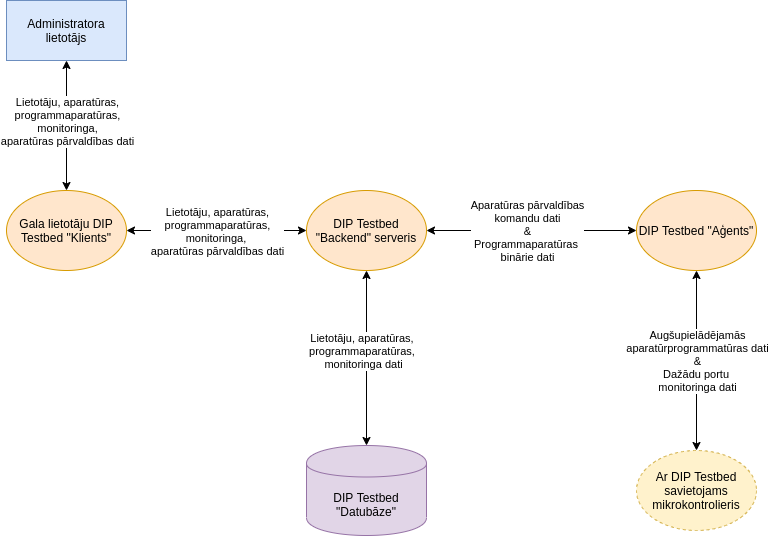
The draw.io diagram docs/dpd1.png in kshaa/dip-testbed, before a commit. Source tidied: cells renumbered, new cells last; positions are measured from the earlier drawing's top-left corner, leaving out a move shared by most shapes. Its diagram source:
```xml
<mxGraphModel>
  <root>
    <mxCell id="0" />
    <mxCell id="1" parent="0" />
    <mxCell id="2" value="DIP Testbed &quot;Backend&quot; serveris" style="ellipse;whiteSpace=wrap;html=1;fillColor=#ffe6cc;strokeColor=#d79b00;" parent="1" vertex="1">
      <mxGeometry x="300" y="190" width="120" height="80" as="geometry" />
    </mxCell>
    <mxCell id="3" value="Ar DIP Testbed savietojams mikrokontrolieris" style="ellipse;whiteSpace=wrap;html=1;dashed=1;fillColor=#fff2cc;strokeColor=#d6b656;" parent="1" vertex="1">
      <mxGeometry x="630" y="450" width="120" height="80" as="geometry" />
    </mxCell>
    <mxCell id="4" value="Administratora lietotājs" style="rounded=0;whiteSpace=wrap;html=1;shadow=0;fillColor=#dae8fc;strokeColor=#6c8ebf;" parent="1" vertex="1">
      <mxGeometry width="120" height="60" as="geometry" />
    </mxCell>
    <mxCell id="5" value="Gala lietotāju DIP Testbed &quot;Klients&quot;" style="ellipse;whiteSpace=wrap;html=1;fillColor=#ffe6cc;strokeColor=#d79b00;" parent="1" vertex="1">
      <mxGeometry y="190" width="120" height="80" as="geometry" />
    </mxCell>
    <mxCell id="6" value="DIP Testbed &quot;Datubāze&quot;" style="shape=cylinder;whiteSpace=wrap;html=1;boundedLbl=1;backgroundOutline=1;shadow=0;glass=0;fillColor=#e1d5e7;strokeColor=#9673a6;" parent="1" vertex="1">
      <mxGeometry x="300" y="445" width="120" height="90" as="geometry" />
    </mxCell>
    <mxCell id="7" value="DIP Testbed &quot;Aģents&quot;" style="ellipse;whiteSpace=wrap;html=1;fillColor=#ffe6cc;strokeColor=#d79b00;" parent="1" vertex="1">
      <mxGeometry x="630" y="190" width="120" height="80" as="geometry" />
    </mxCell>
    <mxCell id="8" style="edgeStyle=orthogonalEdgeStyle;rounded=0;jettySize=auto;html=1;exitX=0.5;exitY=1;exitDx=0;exitDy=0;strokeColor=default;startArrow=classic;startFill=1;entryX=0.5;entryY=0;entryDx=0;entryDy=0;" parent="1" edge="1" source="4" target="5">
      <mxGeometry relative="1" as="geometry" />
    </mxCell>
    <mxCell id="9" value="&lt;meta charset=&quot;utf-8&quot;&gt;&lt;span style=&quot;color: rgb(0, 0, 0); font-family: helvetica; font-size: 11px; font-style: normal; font-weight: 400; letter-spacing: normal; text-align: center; text-indent: 0px; text-transform: none; word-spacing: 0px; background-color: rgb(255, 255, 255); display: inline; float: none;&quot;&gt;Lietotāju, aparatūras,&lt;/span&gt;&lt;br style=&quot;color: rgb(0, 0, 0); font-family: helvetica; font-size: 11px; font-style: normal; font-weight: 400; letter-spacing: normal; text-align: center; text-indent: 0px; text-transform: none; word-spacing: 0px;&quot;&gt;&lt;span style=&quot;color: rgb(0, 0, 0); font-family: helvetica; font-size: 11px; font-style: normal; font-weight: 400; letter-spacing: normal; text-align: center; text-indent: 0px; text-transform: none; word-spacing: 0px; background-color: rgb(255, 255, 255); display: inline; float: none;&quot;&gt;programmaparatūras,&lt;/span&gt;&lt;br style=&quot;color: rgb(0, 0, 0); font-family: helvetica; font-size: 11px; font-style: normal; font-weight: 400; letter-spacing: normal; text-align: center; text-indent: 0px; text-transform: none; word-spacing: 0px;&quot;&gt;&lt;span style=&quot;color: rgb(0, 0, 0); font-family: helvetica; font-size: 11px; font-style: normal; font-weight: 400; letter-spacing: normal; text-align: center; text-indent: 0px; text-transform: none; word-spacing: 0px; background-color: rgb(255, 255, 255); display: inline; float: none;&quot;&gt;monitoringa,&lt;/span&gt;&lt;br style=&quot;color: rgb(0, 0, 0); font-family: helvetica; font-size: 11px; font-style: normal; font-weight: 400; letter-spacing: normal; text-align: center; text-indent: 0px; text-transform: none; word-spacing: 0px;&quot;&gt;&lt;span style=&quot;color: rgb(0, 0, 0); font-family: helvetica; font-size: 11px; font-style: normal; font-weight: 400; letter-spacing: normal; text-align: center; text-indent: 0px; text-transform: none; word-spacing: 0px; background-color: rgb(255, 255, 255); display: inline; float: none;&quot;&gt;aparatūras pārvaldības dati&lt;/span&gt;" style="edgeLabel;html=1;align=center;verticalAlign=middle;" parent="8" vertex="1">
      <mxGeometry x="-0.2" y="1" relative="1" as="geometry">
        <mxPoint x="-1" y="8" as="offset" />
      </mxGeometry>
    </mxCell>
    <mxCell id="10" style="edgeStyle=orthogonalEdgeStyle;rounded=0;jettySize=auto;html=1;exitX=0;exitY=0.5;exitDx=0;exitDy=0;strokeColor=default;startArrow=classic;startFill=1;entryX=1;entryY=0.5;entryDx=0;entryDy=0;" parent="1" edge="1" source="2" target="5">
      <mxGeometry relative="1" as="geometry" />
    </mxCell>
    <mxCell id="11" value="Lietotāju, aparatūras,&lt;br&gt;programmaparatūras,&lt;br&gt;monitoringa, &lt;br&gt;aparatūras pārvaldības dati" style="edgeLabel;html=1;align=center;verticalAlign=middle;" parent="10" vertex="1">
      <mxGeometry x="0.19" y="-4" relative="1" as="geometry">
        <mxPoint x="17" y="4" as="offset" />
      </mxGeometry>
    </mxCell>
    <mxCell id="12" style="edgeStyle=orthogonalEdgeStyle;rounded=0;jettySize=auto;html=1;exitX=0;exitY=0.5;exitDx=0;exitDy=0;strokeColor=default;startArrow=classic;startFill=1;entryX=1;entryY=0.5;entryDx=0;entryDy=0;" parent="1" edge="1" source="7" target="2">
      <mxGeometry relative="1" as="geometry" />
    </mxCell>
    <mxCell id="13" value="Aparatūras pārvaldības&lt;br&gt;komandu dati&lt;br&gt;&amp;amp;&lt;br&gt;Programmaparatūras &lt;br&gt;binārie dati" style="edgeLabel;html=1;align=center;verticalAlign=middle;" parent="12" vertex="1">
      <mxGeometry x="-0.17" relative="1" as="geometry">
        <mxPoint x="-23" as="offset" />
      </mxGeometry>
    </mxCell>
    <mxCell id="14" style="edgeStyle=orthogonalEdgeStyle;rounded=0;jettySize=auto;html=1;exitX=0.5;exitY=1;exitDx=0;exitDy=0;strokeColor=default;startArrow=classic;startFill=1;entryX=0.5;entryY=0;entryDx=0;entryDy=0;" parent="1" edge="1" source="7" target="3">
      <mxGeometry relative="1" as="geometry" />
    </mxCell>
    <mxCell id="15" value="Augšupielādējamās&lt;br&gt;aparatūrprogrammatūras dati&lt;br&gt;&amp;amp;&lt;br&gt;Dažādu portu &lt;br&gt;monitoringa dati" style="edgeLabel;html=1;align=center;verticalAlign=middle;" parent="14" vertex="1">
      <mxGeometry x="-0.28" y="-1" relative="1" as="geometry">
        <mxPoint x="1" y="25" as="offset" />
      </mxGeometry>
    </mxCell>
    <mxCell id="16" style="edgeStyle=orthogonalEdgeStyle;rounded=0;jettySize=auto;html=1;exitX=0.5;exitY=0;exitDx=0;exitDy=0;strokeColor=default;startArrow=classic;startFill=1;entryX=0.5;entryY=1;entryDx=0;entryDy=0;" parent="1" edge="1" source="6" target="2">
      <mxGeometry relative="1" as="geometry" />
    </mxCell>
    <mxCell id="17" value="Lietotāju, aparatūras, &lt;br&gt;programmaparatūras, &lt;br&gt;monitoringa dati" style="edgeLabel;html=1;align=center;verticalAlign=middle;" parent="16" vertex="1">
      <mxGeometry x="0.38" y="4" relative="1" as="geometry">
        <mxPoint y="26" as="offset" />
      </mxGeometry>
    </mxCell>
  </root>
</mxGraphModel>
```
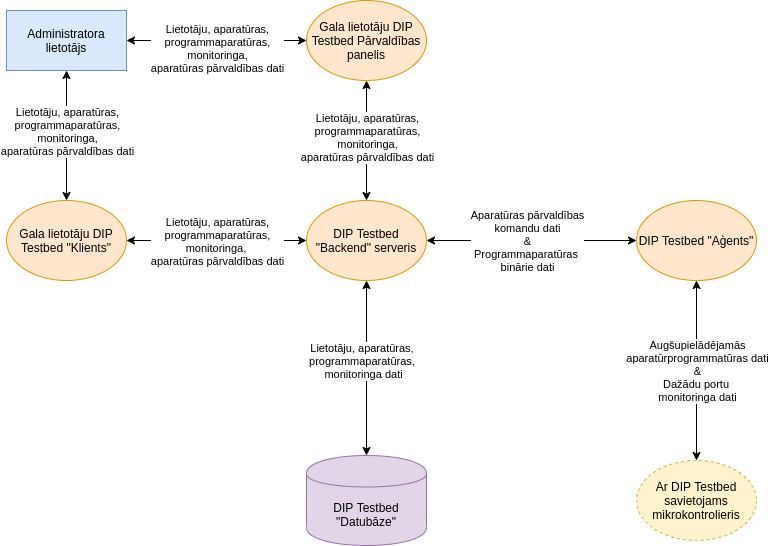
After the change.

Commit message:
Add management panel to planned DPD

Diff of the diagram source:
```diff
@@ -60,5 +60,24 @@
         <mxPoint y="26" as="offset" />
       </mxGeometry>
     </mxCell>
+    <mxCell id="18" value="Gala lietotāju DIP Testbed Pārvaldības panelis" style="ellipse;whiteSpace=wrap;html=1;fillColor=#ffe6cc;strokeColor=#d79b00;" parent="1" vertex="1">
+      <mxGeometry x="300" y="-10" width="120" height="80" as="geometry" />
+    </mxCell>
+    <mxCell id="19" style="edgeStyle=orthogonalEdgeStyle;rounded=0;jettySize=auto;html=1;exitX=1;exitY=0.5;exitDx=0;exitDy=0;strokeColor=default;startArrow=classic;startFill=1;entryX=0;entryY=0.5;entryDx=0;entryDy=0;" parent="1" edge="1" source="4" target="18">
+      <mxGeometry relative="1" as="geometry" />
+    </mxCell>
+    <mxCell id="20" value="&lt;meta charset=&quot;utf-8&quot;&gt;&lt;span style=&quot;color: rgb(0, 0, 0); font-family: helvetica; font-size: 11px; font-style: normal; font-weight: 400; letter-spacing: normal; text-align: center; text-indent: 0px; text-transform: none; word-spacing: 0px; background-color: rgb(255, 255, 255); display: inline; float: none;&quot;&gt;Lietotāju, aparatūras,&lt;/span&gt;&lt;br style=&quot;color: rgb(0, 0, 0); font-family: helvetica; font-size: 11px; font-style: normal; font-weight: 400; letter-spacing: normal; text-align: center; text-indent: 0px; text-transform: none; word-spacing: 0px;&quot;&gt;&lt;span style=&quot;color: rgb(0, 0, 0); font-family: helvetica; font-size: 11px; font-style: normal; font-weight: 400; letter-spacing: normal; text-align: center; text-indent: 0px; text-transform: none; word-spacing: 0px; background-color: rgb(255, 255, 255); display: inline; float: none;&quot;&gt;programmaparatūras,&lt;/span&gt;&lt;br style=&quot;color: rgb(0, 0, 0); font-family: helvetica; font-size: 11px; font-style: normal; font-weight: 400; letter-spacing: normal; text-align: center; text-indent: 0px; text-transform: none; word-spacing: 0px;&quot;&gt;&lt;span style=&quot;color: rgb(0, 0, 0); font-family: helvetica; font-size: 11px; font-style: normal; font-weight: 400; letter-spacing: normal; text-align: center; text-indent: 0px; text-transform: none; word-spacing: 0px; background-color: rgb(255, 255, 255); display: inline; float: none;&quot;&gt;monitoringa,&lt;/span&gt;&lt;br style=&quot;color: rgb(0, 0, 0); font-family: helvetica; font-size: 11px; font-style: normal; font-weight: 400; letter-spacing: normal; text-align: center; text-indent: 0px; text-transform: none; word-spacing: 0px;&quot;&gt;&lt;span style=&quot;color: rgb(0, 0, 0); font-family: helvetica; font-size: 11px; font-style: normal; font-weight: 400; letter-spacing: normal; text-align: center; text-indent: 0px; text-transform: none; word-spacing: 0px; background-color: rgb(255, 255, 255); display: inline; float: none;&quot;&gt;aparatūras pārvaldības dati&lt;/span&gt;" style="edgeLabel;html=1;align=center;verticalAlign=middle;" parent="19" vertex="1">
+      <mxGeometry x="-0.2" y="1" relative="1" as="geometry">
+        <mxPoint x="18" y="8" as="offset" />
+      </mxGeometry>
+    </mxCell>
+    <mxCell id="21" style="edgeStyle=orthogonalEdgeStyle;rounded=0;jettySize=auto;html=1;strokeColor=default;startArrow=classic;startFill=1;entryX=0.5;entryY=0;entryDx=0;entryDy=0;exitX=0.5;exitY=1;exitDx=0;exitDy=0;" parent="1" edge="1" source="18" target="2">
+      <mxGeometry relative="1" as="geometry" />
+    </mxCell>
+    <mxCell id="22" value="&lt;meta charset=&quot;utf-8&quot;&gt;&lt;span style=&quot;color: rgb(0, 0, 0); font-family: helvetica; font-size: 11px; font-style: normal; font-weight: 400; letter-spacing: normal; text-align: center; text-indent: 0px; text-transform: none; word-spacing: 0px; background-color: rgb(255, 255, 255); display: inline; float: none;&quot;&gt;Lietotāju, aparatūras,&lt;/span&gt;&lt;br style=&quot;color: rgb(0, 0, 0); font-family: helvetica; font-size: 11px; font-style: normal; font-weight: 400; letter-spacing: normal; text-align: center; text-indent: 0px; text-transform: none; word-spacing: 0px;&quot;&gt;&lt;span style=&quot;color: rgb(0, 0, 0); font-family: helvetica; font-size: 11px; font-style: normal; font-weight: 400; letter-spacing: normal; text-align: center; text-indent: 0px; text-transform: none; word-spacing: 0px; background-color: rgb(255, 255, 255); display: inline; float: none;&quot;&gt;programmaparatūras,&lt;/span&gt;&lt;br style=&quot;color: rgb(0, 0, 0); font-family: helvetica; font-size: 11px; font-style: normal; font-weight: 400; letter-spacing: normal; text-align: center; text-indent: 0px; text-transform: none; word-spacing: 0px;&quot;&gt;&lt;span style=&quot;color: rgb(0, 0, 0); font-family: helvetica; font-size: 11px; font-style: normal; font-weight: 400; letter-spacing: normal; text-align: center; text-indent: 0px; text-transform: none; word-spacing: 0px; background-color: rgb(255, 255, 255); display: inline; float: none;&quot;&gt;monitoringa,&lt;/span&gt;&lt;br style=&quot;color: rgb(0, 0, 0); font-family: helvetica; font-size: 11px; font-style: normal; font-weight: 400; letter-spacing: normal; text-align: center; text-indent: 0px; text-transform: none; word-spacing: 0px;&quot;&gt;&lt;span style=&quot;color: rgb(0, 0, 0); font-family: helvetica; font-size: 11px; font-style: normal; font-weight: 400; letter-spacing: normal; text-align: center; text-indent: 0px; text-transform: none; word-spacing: 0px; background-color: rgb(255, 255, 255); display: inline; float: none;&quot;&gt;aparatūras pārvaldības dati&lt;/span&gt;" style="edgeLabel;html=1;align=center;verticalAlign=middle;" parent="21" vertex="1">
+      <mxGeometry x="-0.2" y="1" relative="1" as="geometry">
+        <mxPoint x="-1" y="8" as="offset" />
+      </mxGeometry>
+    </mxCell>
   </root>
 </mxGraphModel>
```
